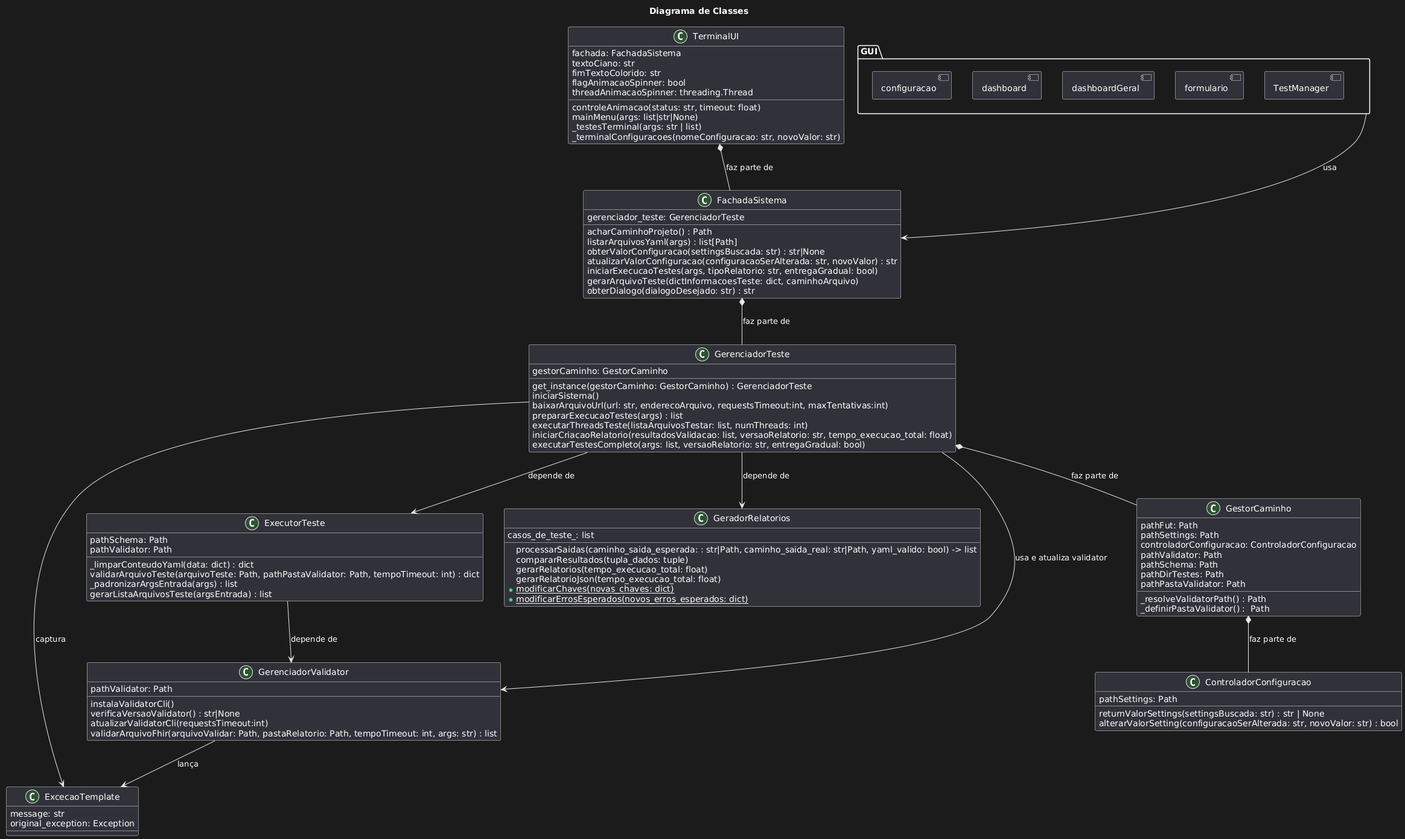
The PlantUML diagram Documentacao/Diagramas/DiagramaClasse.png in LeonardoCFilho/fut, before a commit. Its source is kept beside it as Documentacao/Diagramas/DiagramaClasse.puml.
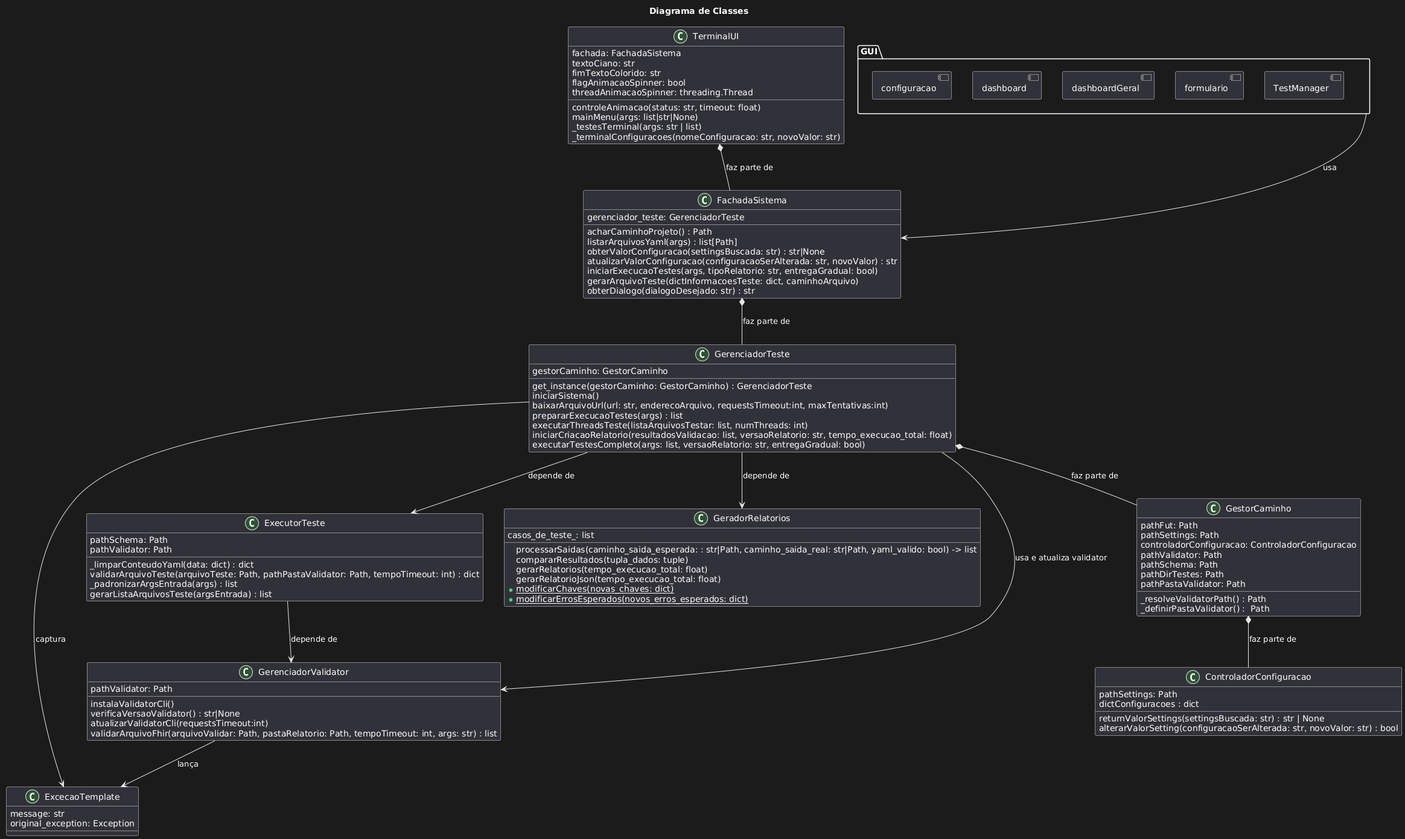
After the change.

Commit message:
Melhorando funcionamento de ControladorConfiguracao, corrigindo erros e atualizando diagrama de classes

What changed in the source:
```diff
@@ -4,6 +4,7 @@
 top to bottom direction
 class ControladorConfiguracao {
     pathSettings: Path
+    dictConfiguracoes : dict
     returnValorSettings(settingsBuscada: str) : str | None
     alterarValorSetting(configuracaoSerAlterada: str, novoValor: str) : bool
 }
```
